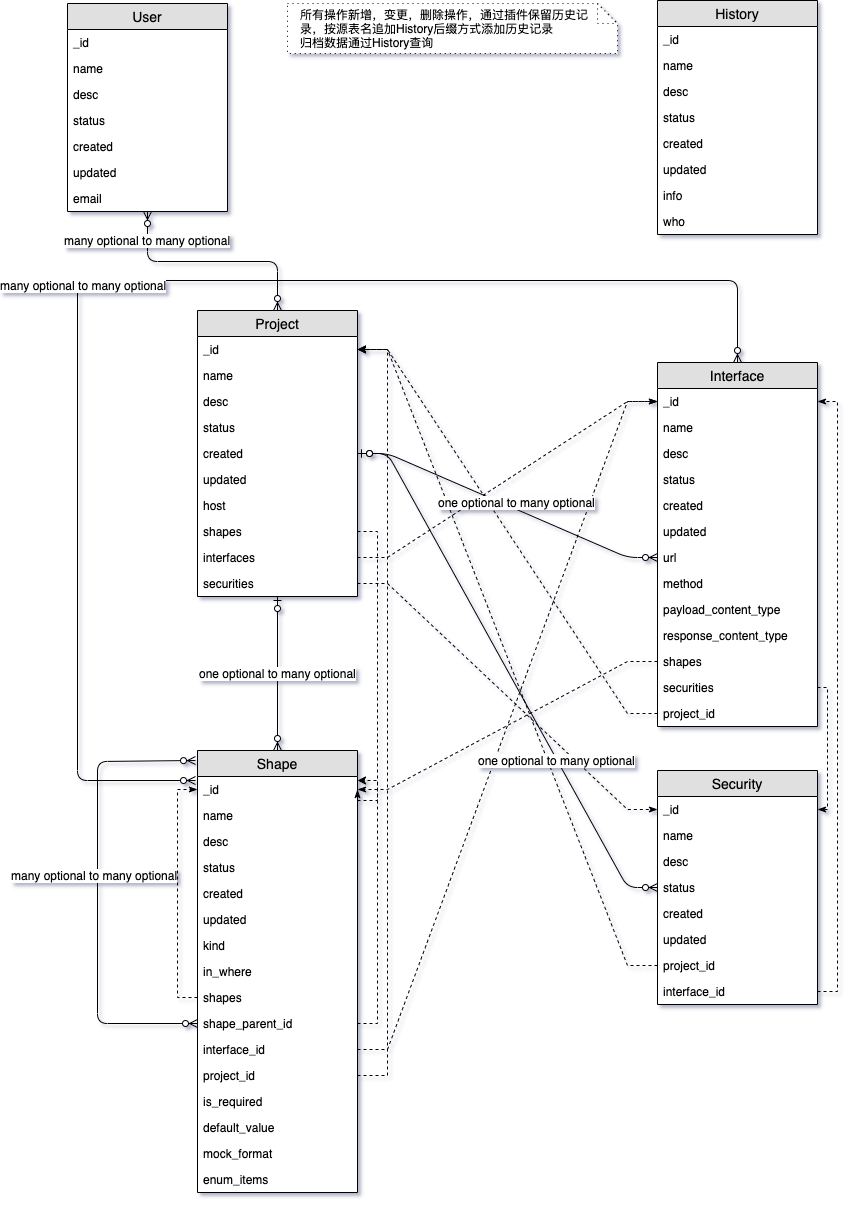
The draw.io diagram apiplatform/apischema.png in 0851/draw, before a commit. Source tidied: cells renumbered, new cells last; positions are measured from the earlier drawing's top-left corner, leaving out a move shared by most shapes.
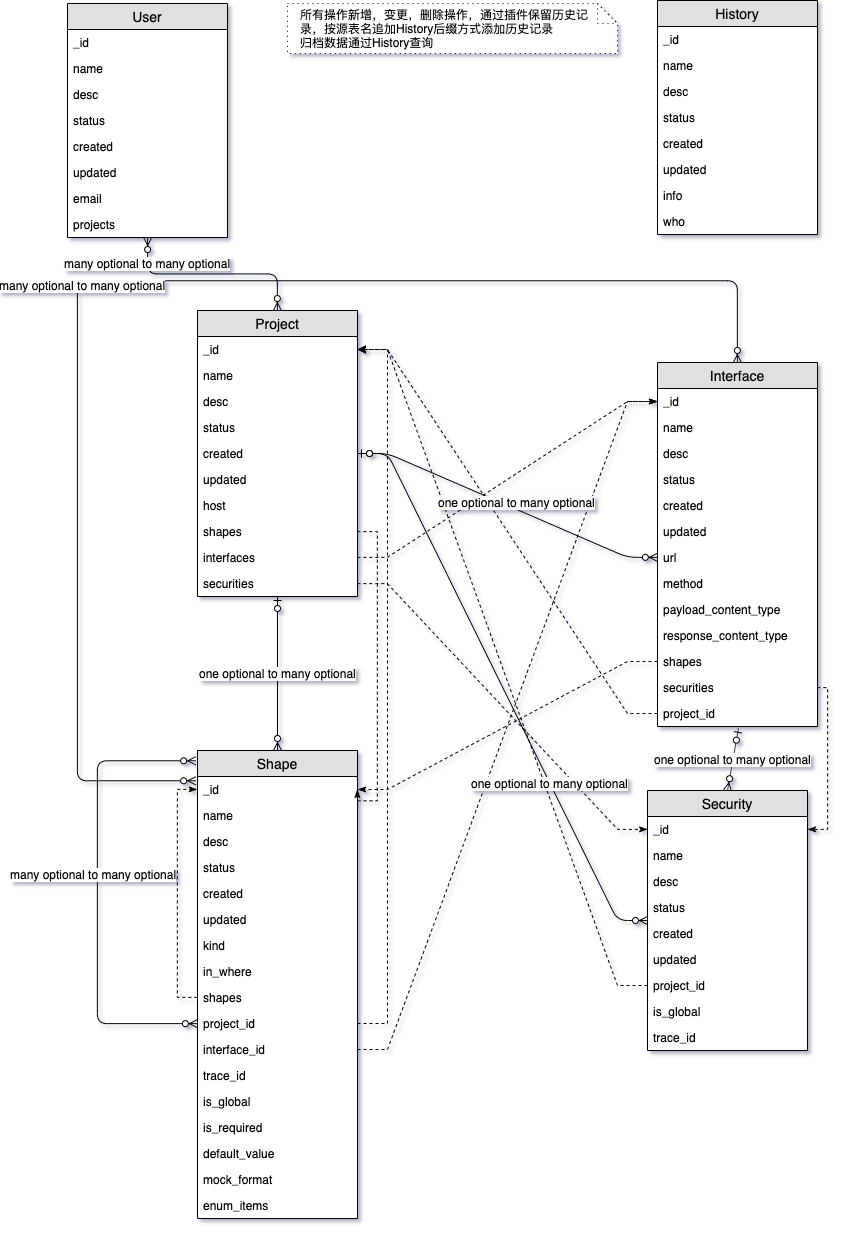
The same diagram one commit later.

The edit, as a diff of the source:
```diff
@@ -75,7 +75,7 @@
       <mxGeometry y="338" width="160" height="26" as="geometry" />
     </mxCell>
     <mxCell id="26" value="Shape" style="swimlane;fontStyle=0;horizontal=1;startSize=26;fillColor=#e0e0e0;swimlaneFillColor=#ffffff;align=center;fontSize=14;" parent="1" vertex="1">
-      <mxGeometry x="130" y="750" width="160" height="442" as="geometry" />
+      <mxGeometry x="130" y="750" width="160" height="468" as="geometry" />
     </mxCell>
     <mxCell id="27" value="_id" style="text;strokeColor=none;fillColor=none;spacingLeft=4;spacingRight=4;overflow=hidden;points=[[0,0.5],[1,0.5]];portConstraint=eastwest;fontSize=12;" parent="26" vertex="1">
       <mxGeometry y="26" width="160" height="26" as="geometry" />
@@ -107,15 +107,6 @@
     <mxCell id="36" value="shapes" style="text;strokeColor=none;fillColor=none;spacingLeft=4;spacingRight=4;overflow=hidden;points=[[0,0.5],[1,0.5]];portConstraint=eastwest;fontSize=12;" parent="26" vertex="1">
       <mxGeometry y="234" width="160" height="26" as="geometry" />
     </mxCell>
-    <mxCell id="37" style="edgeStyle=orthogonalEdgeStyle;rounded=0;jettySize=auto;html=1;exitX=1;exitY=0.5;exitDx=0;exitDy=0;entryX=1;entryY=0.154;entryDx=0;entryDy=0;entryPerimeter=0;dashed=1;" parent="26" edge="1" source="38" target="27">
-      <mxGeometry relative="1" as="geometry" />
-    </mxCell>
-    <mxCell id="38" value="shape_parent_id" style="text;strokeColor=none;fillColor=none;spacingLeft=4;spacingRight=4;overflow=hidden;points=[[0,0.5],[1,0.5]];portConstraint=eastwest;fontSize=12;" parent="26" vertex="1">
-      <mxGeometry y="260" width="160" height="26" as="geometry" />
-    </mxCell>
-    <mxCell id="39" value="interface_id" style="text;strokeColor=none;fillColor=none;spacingLeft=4;spacingRight=4;overflow=hidden;points=[[0,0.5],[1,0.5]];portConstraint=eastwest;fontSize=12;" parent="26" vertex="1">
-      <mxGeometry y="286" width="160" height="26" as="geometry" />
-    </mxCell>
     <mxCell id="40" style="fontSize=12;html=1;endArrow=ERzeroToMany;endFill=1;startArrow=ERzeroToMany;entryX=-0.012;entryY=0.022;entryDx=0;entryDy=0;entryPerimeter=0;exitX=0;exitY=0.5;exitDx=0;exitDy=0;edgeStyle=orthogonalEdgeStyle;" parent="26" edge="1" target="26">
       <mxGeometry relative="1" as="geometry">
         <mxPoint y="273" as="sourcePoint" />
@@ -129,19 +120,28 @@
       <mxGeometry x="0.08" y="4" relative="1" as="geometry" />
     </mxCell>
     <mxCell id="42" value="project_id" style="text;strokeColor=none;fillColor=none;spacingLeft=4;spacingRight=4;overflow=hidden;points=[[0,0.5],[1,0.5]];portConstraint=eastwest;fontSize=12;" parent="26" vertex="1">
-      <mxGeometry y="312" width="160" height="26" as="geometry" />
+      <mxGeometry y="260" width="160" height="26" as="geometry" />
     </mxCell>
+    <mxCell id="39" value="interface_id" style="text;strokeColor=none;fillColor=none;spacingLeft=4;spacingRight=4;overflow=hidden;points=[[0,0.5],[1,0.5]];portConstraint=eastwest;fontSize=12;" parent="26" vertex="1">
+      <mxGeometry y="286" width="160" height="26" as="geometry" />
+    </mxCell>
+    <mxCell id="91" value="trace_id" style="text;strokeColor=none;fillColor=none;spacingLeft=4;spacingRight=4;overflow=hidden;fontSize=12;" parent="26" vertex="1">
+      <mxGeometry y="312" width="160" height="26" as="geometry" />
+    </mxCell>
+    <mxCell id="92" value="is_global" style="text;strokeColor=none;fillColor=none;spacingLeft=4;spacingRight=4;overflow=hidden;fontSize=12;" parent="26" vertex="1">
+      <mxGeometry y="338" width="160" height="26" as="geometry" />
+    </mxCell>
     <mxCell id="43" value="is_required" style="text;strokeColor=none;fillColor=none;spacingLeft=4;spacingRight=4;overflow=hidden;fontSize=12;" parent="26" vertex="1">
-      <mxGeometry y="338" width="160" height="26" as="geometry" />
+      <mxGeometry y="364" width="160" height="26" as="geometry" />
     </mxCell>
     <mxCell id="44" value="default_value" style="text;strokeColor=none;fillColor=none;spacingLeft=4;spacingRight=4;overflow=hidden;fontSize=12;" parent="26" vertex="1">
-      <mxGeometry y="364" width="160" height="26" as="geometry" />
+      <mxGeometry y="390" width="160" height="26" as="geometry" />
     </mxCell>
     <mxCell id="45" value="mock_format" style="text;strokeColor=none;fillColor=none;spacingLeft=4;spacingRight=4;overflow=hidden;fontSize=12;" parent="26" vertex="1">
-      <mxGeometry y="390" width="160" height="26" as="geometry" />
+      <mxGeometry y="416" width="160" height="26" as="geometry" />
     </mxCell>
     <mxCell id="46" value="enum_items" style="text;strokeColor=none;fillColor=none;spacingLeft=4;spacingRight=4;overflow=hidden;fontSize=12;" parent="26" vertex="1">
-      <mxGeometry y="416" width="160" height="26" as="geometry" />
+      <mxGeometry y="442" width="160" height="26" as="geometry" />
     </mxCell>
     <mxCell id="47" value="Project" style="swimlane;fontStyle=0;horizontal=1;startSize=26;fillColor=#e0e0e0;swimlaneFillColor=#ffffff;align=center;fontSize=14;" parent="1" vertex="1">
       <mxGeometry x="130" y="310" width="160" height="286" as="geometry" />
@@ -177,7 +177,7 @@
       <mxGeometry y="260" width="160" height="26" as="geometry" />
     </mxCell>
     <mxCell id="58" value="Security" style="swimlane;fontStyle=0;horizontal=1;startSize=26;fillColor=#e0e0e0;swimlaneFillColor=#ffffff;align=center;fontSize=14;" parent="1" vertex="1">
-      <mxGeometry x="590" y="770" width="160" height="234" as="geometry" />
+      <mxGeometry x="580" y="790" width="160" height="260" as="geometry" />
     </mxCell>
     <mxCell id="59" value="_id" style="text;strokeColor=none;fillColor=none;spacingLeft=4;spacingRight=4;overflow=hidden;points=[[0,0.5],[1,0.5]];portConstraint=eastwest;fontSize=12;" parent="58" vertex="1">
       <mxGeometry y="26" width="160" height="26" as="geometry" />
@@ -200,11 +200,14 @@
     <mxCell id="65" value="project_id" style="text;strokeColor=none;fillColor=none;spacingLeft=4;spacingRight=4;overflow=hidden;points=[[0,0.5],[1,0.5]];portConstraint=eastwest;fontSize=12;" parent="58" vertex="1">
       <mxGeometry y="182" width="160" height="26" as="geometry" />
     </mxCell>
-    <mxCell id="66" value="interface_id" style="text;strokeColor=none;fillColor=none;spacingLeft=4;spacingRight=4;overflow=hidden;points=[[0,0.5],[1,0.5]];portConstraint=eastwest;fontSize=12;" parent="58" vertex="1">
-      <mxGeometry y="208" width="160" height="26" as="geometry" />
-    </mxCell>
+    <mxCell id="93" value="is_global" style="text;strokeColor=none;fillColor=none;spacingLeft=4;spacingRight=4;overflow=hidden;fontSize=12;" parent="58" vertex="1">
+      <mxGeometry y="208" width="160" height="26" as="geometry" />
+    </mxCell>
+    <mxCell id="94" value="trace_id" style="text;strokeColor=none;fillColor=none;spacingLeft=4;spacingRight=4;overflow=hidden;fontSize=12;" parent="58" vertex="1">
+      <mxGeometry y="234" width="160" height="26" as="geometry" />
+    </mxCell>
     <mxCell id="67" value="User" style="swimlane;fontStyle=0;horizontal=1;startSize=26;fillColor=#e0e0e0;swimlaneFillColor=#ffffff;align=center;fontSize=14;" parent="1" vertex="1">
-      <mxGeometry y="3" width="160" height="208" as="geometry" />
+      <mxGeometry y="3" width="160" height="234" as="geometry" />
     </mxCell>
     <mxCell id="68" value="_id" style="text;strokeColor=none;fillColor=none;spacingLeft=4;spacingRight=4;overflow=hidden;fontSize=12;" parent="67" vertex="1">
       <mxGeometry y="26" width="160" height="26" as="geometry" />
@@ -227,6 +230,9 @@
     <mxCell id="74" value="email" style="text;strokeColor=none;fillColor=none;spacingLeft=4;spacingRight=4;overflow=hidden;fontSize=12;" parent="67" vertex="1">
       <mxGeometry y="182" width="160" height="26" as="geometry" />
     </mxCell>
+    <mxCell id="95" value="projects" style="text;strokeColor=none;fillColor=none;spacingLeft=4;spacingRight=4;overflow=hidden;fontSize=12;" parent="67" vertex="1">
+      <mxGeometry y="208" width="160" height="26" as="geometry" />
+    </mxCell>
     <mxCell id="75" style="rounded=0;jettySize=auto;html=1;edgeStyle=entityRelationEdgeStyle;dashed=1;" parent="1" edge="1" source="25" target="48">
       <mxGeometry relative="1" as="geometry" />
     </mxCell>
@@ -261,11 +267,11 @@
       <mxGeometry relative="1" as="geometry">
         <Array as="points">
           <mxPoint x="760" y="687" />
-          <mxPoint x="760" y="809" />
+          <mxPoint x="760" y="829" />
         </Array>
       </mxGeometry>
     </mxCell>
-    <mxCell id="84" style="edgeStyle=entityRelationEdgeStyle;rounded=0;jettySize=auto;html=1;exitX=1;exitY=0.5;exitDx=0;exitDy=0;endArrow=classicThin;endFill=1;dashed=1;" parent="1" edge="1" source="39" target="13">
+    <mxCell id="84" style="edgeStyle=entityRelationEdgeStyle;rounded=0;jettySize=auto;html=1;endArrow=classicThin;endFill=1;dashed=1;" parent="1" edge="1" source="39" target="13">
       <mxGeometry relative="1" as="geometry" />
     </mxCell>
     <mxCell id="85" value="one optional to many optional" style="edgeStyle=entityRelationEdgeStyle;fontSize=12;html=1;endArrow=ERzeroToMany;startArrow=ERzeroToOne;exitX=1;exitY=0.5;exitDx=0;exitDy=0;" parent="1" edge="1" target="58">
@@ -289,11 +295,11 @@
     <mxCell id="88" value="many&amp;nbsp;optional to many optional" style="text;html=1;align=center;verticalAlign=middle;labelBackgroundColor=#ffffff;" parent="87" vertex="1">
       <mxGeometry x="0.08" y="4" relative="1" as="geometry" />
     </mxCell>
-    <mxCell id="89" style="edgeStyle=orthogonalEdgeStyle;rounded=0;jettySize=auto;html=1;exitX=1;exitY=0.5;exitDx=0;exitDy=0;entryX=1;entryY=0.5;entryDx=0;entryDy=0;endArrow=classicThin;endFill=1;dashed=1;" parent="1" edge="1" source="66" target="13">
-      <mxGeometry relative="1" as="geometry" />
-    </mxCell>
     <mxCell id="90" value="&lt;font style=&quot;font-size: 11px&quot;&gt;所有操作新增，变更，删除操作，通过插件保留历史记录，按源表名追加History后缀方式添加历史记录&lt;br style=&quot;font-size: 11px&quot;&gt;归档数据通过History查询&lt;/font&gt;" style="shape=note;strokeWidth=1;fontSize=9;size=20;whiteSpace=wrap;html=1;dashed=1;align=left;spacingLeft=10;spacingRight=10;labelBorderColor=none;horizontal=1;dashPattern=1 4;" parent="1" vertex="1">
       <mxGeometry x="220" y="3" width="330" height="50" as="geometry" />
     </mxCell>
+    <mxCell id="96" value="one optional to many optional" style="fontSize=12;html=1;endArrow=ERzeroToMany;startArrow=ERzeroToOne;entryX=0.5;entryY=0;entryDx=0;entryDy=0;exitX=0.506;exitY=1.071;exitDx=0;exitDy=0;exitPerimeter=0;" parent="1" edge="1" source="25" target="58">
+      <mxGeometry relative="1" as="geometry" />
+    </mxCell>
   </root>
 </mxGraphModel>
```
